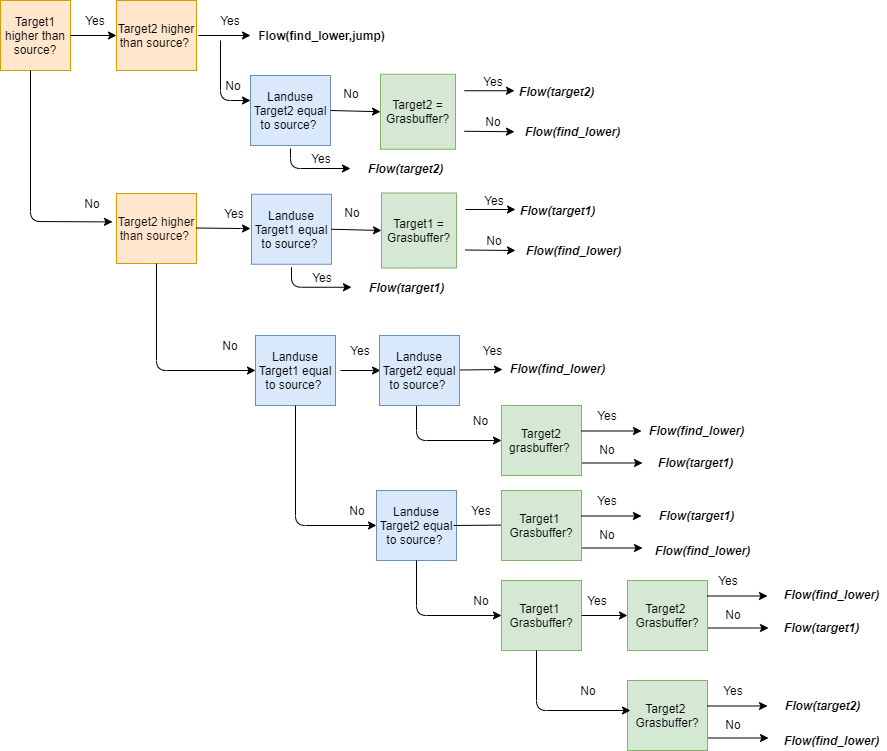
Before: docs/_static/png/sketch_flow_algorithm.png, a diagram exported from draw.io (watem-sedem/watem-sedem). Source tidied: cells renumbered, new cells last; positions are measured from the earlier drawing's top-left corner, leaving out a move shared by most shapes.
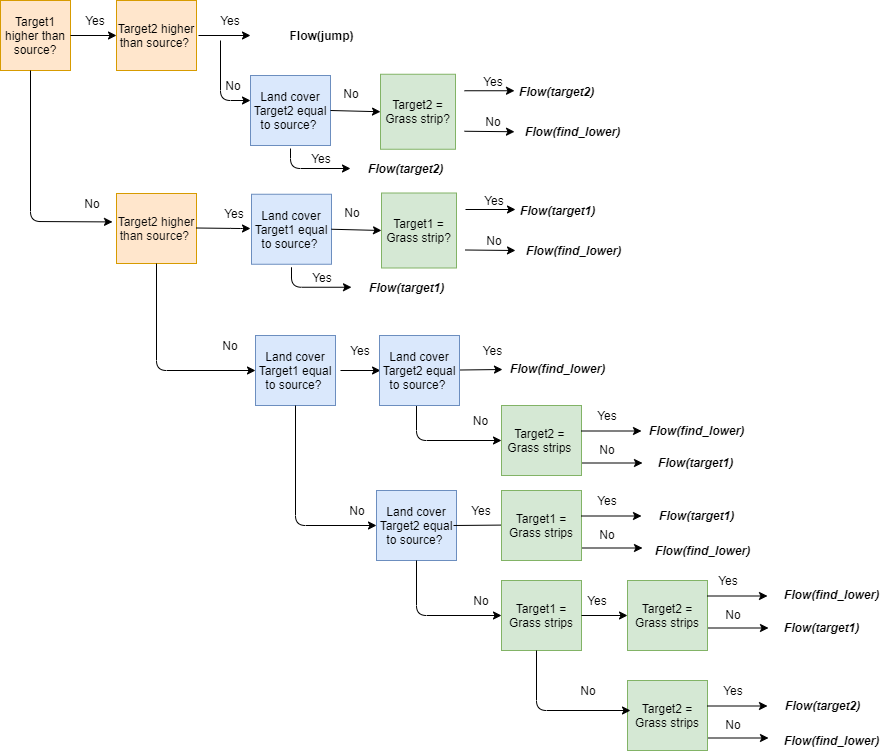
The same file after the commit.

Commit message:
updated fig routing

Change to the diagram source:
```diff
@@ -32,8 +32,8 @@
         </Array>
       </mxGeometry>
     </mxCell>
-    <mxCell id="9" value="Flow(find_lower,jump)" style="text;html=1;align=center;verticalAlign=middle;fontStyle=1;" parent="1" vertex="1">
-      <mxGeometry x="251" y="25" width="140" height="20" as="geometry" />
+    <mxCell id="9" value="Flow(jump)" style="text;html=1;align=center;verticalAlign=middle;fontStyle=1;" parent="1" vertex="1">
+      <mxGeometry x="281" y="25" width="80" height="20" as="geometry" />
     </mxCell>
     <mxCell id="10" value="&lt;span style=&quot;font-family: &amp;#34;helvetica&amp;#34; ; font-size: 12px ; font-style: normal ; font-weight: 400 ; letter-spacing: normal ; text-indent: 0px ; text-transform: none ; word-spacing: 0px ; display: inline ; float: none&quot;&gt;&lt;font color=&quot;#0a0a0a&quot;&gt;Target2 higher than source?&amp;nbsp;&lt;/font&gt;&lt;/span&gt;" style="rounded=0;whiteSpace=wrap;html=1;align=center;fillColor=#ffe6cc;strokeColor=#d79b00;" parent="1" vertex="1">
       <mxGeometry x="116" y="193" width="80" height="70" as="geometry" />
@@ -98,7 +98,7 @@
     <mxCell id="23" value="No" style="text;html=1;strokeColor=none;fillColor=none;align=center;verticalAlign=middle;whiteSpace=wrap;rounded=0;" parent="1" vertex="1">
       <mxGeometry x="210" y="335" width="40" height="20" as="geometry" />
     </mxCell>
-    <mxCell id="24" value="&lt;span style=&quot;color: rgb(0 , 0 , 0) ; font-family: &amp;#34;helvetica&amp;#34; ; font-size: 12px ; font-style: normal ; font-weight: 400 ; letter-spacing: normal ; text-indent: 0px ; text-transform: none ; word-spacing: 0px ; display: inline ; float: none&quot;&gt;Landuse Target1 equal to source?&amp;nbsp;&lt;/span&gt;" style="rounded=0;whiteSpace=wrap;html=1;align=center;fillColor=#dae8fc;strokeColor=#6c8ebf;" parent="1" vertex="1">
+    <mxCell id="24" value="&lt;span style=&quot;color: rgb(0 , 0 , 0) ; font-family: &amp;#34;helvetica&amp;#34; ; font-size: 12px ; font-style: normal ; font-weight: 400 ; letter-spacing: normal ; text-indent: 0px ; text-transform: none ; word-spacing: 0px ; display: inline ; float: none&quot;&gt;Land cover Target1 equal to source?&amp;nbsp;&lt;/span&gt;" style="rounded=0;whiteSpace=wrap;html=1;align=center;fillColor=#dae8fc;strokeColor=#6c8ebf;" parent="1" vertex="1">
       <mxGeometry x="255" y="335" width="80" height="70" as="geometry" />
     </mxCell>
     <mxCell id="25" style="endArrow=classic;html=1;align=left;entryX=0;entryY=0.5;entryDx=0;entryDy=0;exitX=0.5;exitY=1;exitDx=0;exitDy=0;" parent="1" edge="1" target="58">
@@ -112,7 +112,7 @@
     <mxCell id="26" value="No" style="text;html=1;strokeColor=none;fillColor=none;align=center;verticalAlign=middle;whiteSpace=wrap;rounded=0;" parent="1" vertex="1">
       <mxGeometry x="337" y="500" width="40" height="20" as="geometry" />
     </mxCell>
-    <mxCell id="27" value="&lt;span style=&quot;color: rgb(0 , 0 , 0) ; font-family: &amp;#34;helvetica&amp;#34; ; font-size: 12px ; font-style: normal ; font-weight: 400 ; letter-spacing: normal ; text-indent: 0px ; text-transform: none ; word-spacing: 0px ; display: inline ; float: none&quot;&gt;Landuse Target2 equal to source?&amp;nbsp;&lt;/span&gt;" style="rounded=0;whiteSpace=wrap;html=1;align=center;fillColor=#dae8fc;strokeColor=#6c8ebf;" parent="1" vertex="1">
+    <mxCell id="27" value="&lt;span style=&quot;color: rgb(0 , 0 , 0) ; font-family: &amp;#34;helvetica&amp;#34; ; font-size: 12px ; font-style: normal ; font-weight: 400 ; letter-spacing: normal ; text-indent: 0px ; text-transform: none ; word-spacing: 0px ; display: inline ; float: none&quot;&gt;Land cover Target2 equal to source?&amp;nbsp;&lt;/span&gt;" style="rounded=0;whiteSpace=wrap;html=1;align=center;fillColor=#dae8fc;strokeColor=#6c8ebf;" parent="1" vertex="1">
       <mxGeometry x="376" y="490" width="80" height="70" as="geometry" />
     </mxCell>
     <mxCell id="28" style="endArrow=classic;html=1;align=left;entryX=0.013;entryY=0.5;entryDx=0;entryDy=0;entryPerimeter=0;" parent="1" edge="1" target="29">
@@ -120,7 +120,7 @@
         <mxPoint x="340" y="370" as="sourcePoint" />
       </mxGeometry>
     </mxCell>
-    <mxCell id="29" value="&lt;span style=&quot;color: rgb(0 , 0 , 0) ; font-family: &amp;#34;helvetica&amp;#34; ; font-size: 12px ; font-style: normal ; font-weight: 400 ; letter-spacing: normal ; text-indent: 0px ; text-transform: none ; word-spacing: 0px ; display: inline ; float: none&quot;&gt;Landuse Target2 equal to source?&amp;nbsp;&lt;/span&gt;" style="rounded=0;whiteSpace=wrap;html=1;align=center;fillColor=#dae8fc;strokeColor=#6c8ebf;" parent="1" vertex="1">
+    <mxCell id="29" value="&lt;span style=&quot;color: rgb(0 , 0 , 0) ; font-family: &amp;#34;helvetica&amp;#34; ; font-size: 12px ; font-style: normal ; font-weight: 400 ; letter-spacing: normal ; text-indent: 0px ; text-transform: none ; word-spacing: 0px ; display: inline ; float: none&quot;&gt;Land cover Target2 equal to source?&amp;nbsp;&lt;/span&gt;" style="rounded=0;whiteSpace=wrap;html=1;align=center;fillColor=#dae8fc;strokeColor=#6c8ebf;" parent="1" vertex="1">
       <mxGeometry x="379" y="335" width="80" height="70" as="geometry" />
     </mxCell>
     <mxCell id="30" style="endArrow=classic;html=1;align=left;entryX=-0.01;entryY=0.45;entryDx=0;entryDy=0;entryPerimeter=0;" parent="1" edge="1">
@@ -135,10 +135,10 @@
     <mxCell id="32" value="Yes" style="text;html=1;strokeColor=none;fillColor=none;align=center;verticalAlign=middle;whiteSpace=wrap;rounded=0;" parent="1" vertex="1">
       <mxGeometry x="471" y="340" width="43" height="20" as="geometry" />
     </mxCell>
-    <mxCell id="33" value="&lt;span style=&quot;color: rgb(0 , 0 , 0) ; font-family: &amp;#34;helvetica&amp;#34; ; font-size: 12px ; font-style: normal ; font-weight: 400 ; letter-spacing: normal ; text-indent: 0px ; text-transform: none ; word-spacing: 0px ; display: inline ; float: none&quot;&gt;Target1&amp;nbsp; Grasbuffer?&lt;/span&gt;" style="rounded=0;whiteSpace=wrap;html=1;align=center;fillColor=#d5e8d4;strokeColor=#82b366;" parent="1" vertex="1">
+    <mxCell id="33" value="&lt;span style=&quot;color: rgb(0 , 0 , 0) ; font-family: &amp;#34;helvetica&amp;#34; ; font-size: 12px ; font-style: normal ; font-weight: 400 ; letter-spacing: normal ; text-indent: 0px ; text-transform: none ; word-spacing: 0px ; display: inline ; float: none&quot;&gt;Target1 = Grass strips&lt;/span&gt;" style="rounded=0;whiteSpace=wrap;html=1;align=center;fillColor=#d5e8d4;strokeColor=#82b366;" parent="1" vertex="1">
       <mxGeometry x="501" y="580" width="80" height="70" as="geometry" />
     </mxCell>
-    <mxCell id="34" value="&lt;span style=&quot;color: rgb(0 , 0 , 0) ; font-family: &amp;#34;helvetica&amp;#34; ; font-size: 12px ; font-style: normal ; font-weight: 400 ; letter-spacing: normal ; text-indent: 0px ; text-transform: none ; word-spacing: 0px ; display: inline ; float: none&quot;&gt;Target2&amp;nbsp; Grasbuffer?&lt;/span&gt;" style="rounded=0;whiteSpace=wrap;html=1;align=center;fillColor=#d5e8d4;strokeColor=#82b366;" parent="1" vertex="1">
+    <mxCell id="34" value="&lt;span style=&quot;color: rgb(0 , 0 , 0) ; font-family: &amp;#34;helvetica&amp;#34; ; font-size: 12px ; font-style: normal ; font-weight: 400 ; letter-spacing: normal ; text-indent: 0px ; text-transform: none ; word-spacing: 0px ; display: inline ; float: none&quot;&gt;Target2 = Grass strips&lt;/span&gt;" style="rounded=0;whiteSpace=wrap;html=1;align=center;fillColor=#d5e8d4;strokeColor=#82b366;" parent="1" vertex="1">
       <mxGeometry x="627" y="580" width="80" height="70" as="geometry" />
     </mxCell>
     <mxCell id="35" style="endArrow=classic;html=1;align=left;" parent="1" edge="1">
@@ -177,7 +177,7 @@
     <mxCell id="43" value="No" style="text;html=1;strokeColor=none;fillColor=none;align=center;verticalAlign=middle;whiteSpace=wrap;rounded=0;" parent="1" vertex="1">
       <mxGeometry x="713" y="604" width="40" height="20" as="geometry" />
     </mxCell>
-    <mxCell id="44" value="&lt;span style=&quot;color: rgb(0 , 0 , 0) ; font-family: &amp;#34;helvetica&amp;#34; ; font-size: 12px ; font-style: normal ; font-weight: 400 ; letter-spacing: normal ; text-indent: 0px ; text-transform: none ; word-spacing: 0px ; display: inline ; float: none&quot;&gt;Target2&amp;nbsp; Grasbuffer?&lt;/span&gt;" style="rounded=0;whiteSpace=wrap;html=1;align=center;fillColor=#d5e8d4;strokeColor=#82b366;" parent="1" vertex="1">
+    <mxCell id="44" value="&lt;span style=&quot;color: rgb(0 , 0 , 0) ; font-family: &amp;#34;helvetica&amp;#34; ; font-size: 12px ; font-style: normal ; font-weight: 400 ; letter-spacing: normal ; text-indent: 0px ; text-transform: none ; word-spacing: 0px ; display: inline ; float: none&quot;&gt;Target2 = Grass strips&lt;/span&gt;" style="rounded=0;whiteSpace=wrap;html=1;align=center;fillColor=#d5e8d4;strokeColor=#82b366;" parent="1" vertex="1">
       <mxGeometry x="627" y="680" width="80" height="70" as="geometry" />
     </mxCell>
     <mxCell id="45" style="endArrow=classic;html=1;align=left;" parent="1" edge="1">
@@ -210,7 +210,7 @@
     <mxCell id="50" value="No" style="text;html=1;strokeColor=none;fillColor=none;align=center;verticalAlign=middle;whiteSpace=wrap;rounded=0;" parent="1" vertex="1">
       <mxGeometry x="713" y="714" width="40" height="20" as="geometry" />
     </mxCell>
-    <mxCell id="51" value="&lt;span style=&quot;color: rgb(0 , 0 , 0) ; font-family: &amp;#34;helvetica&amp;#34; ; font-size: 12px ; font-style: normal ; font-weight: 400 ; letter-spacing: normal ; text-indent: 0px ; text-transform: none ; word-spacing: 0px ; display: inline ; float: none&quot;&gt;Target1&amp;nbsp; Grasbuffer?&lt;/span&gt;" style="rounded=0;whiteSpace=wrap;html=1;align=center;fillColor=#d5e8d4;strokeColor=#82b366;" parent="1" vertex="1">
+    <mxCell id="51" value="&lt;span style=&quot;color: rgb(0 , 0 , 0) ; font-family: &amp;#34;helvetica&amp;#34; ; font-size: 12px ; font-style: normal ; font-weight: 400 ; letter-spacing: normal ; text-indent: 0px ; text-transform: none ; word-spacing: 0px ; display: inline ; float: none&quot;&gt;Target1 = Grass strips&lt;/span&gt;" style="rounded=0;whiteSpace=wrap;html=1;align=center;fillColor=#d5e8d4;strokeColor=#82b366;" parent="1" vertex="1">
       <mxGeometry x="501" y="490" width="80" height="70" as="geometry" />
     </mxCell>
     <mxCell id="52" style="endArrow=classic;html=1;align=left;exitX=0.5;exitY=1;exitDx=0;exitDy=0;entryX=0;entryY=0.5;entryDx=0;entryDy=0;" parent="1" edge="1" source="27" target="33">
@@ -241,7 +241,7 @@
     <mxCell id="57" value="No" style="text;html=1;strokeColor=none;fillColor=none;align=center;verticalAlign=middle;whiteSpace=wrap;rounded=0;" parent="1" vertex="1">
       <mxGeometry x="587" y="524" width="40" height="20" as="geometry" />
     </mxCell>
-    <mxCell id="58" value="&lt;span style=&quot;color: rgb(0 , 0 , 0) ; font-family: &amp;#34;helvetica&amp;#34; ; font-size: 12px ; font-style: normal ; font-weight: 400 ; letter-spacing: normal ; text-indent: 0px ; text-transform: none ; word-spacing: 0px ; display: inline ; float: none&quot;&gt;Target2 grasbuffer?&amp;nbsp;&lt;/span&gt;" style="rounded=0;whiteSpace=wrap;html=1;align=center;fillColor=#d5e8d4;strokeColor=#82b366;" parent="1" vertex="1">
+    <mxCell id="58" value="&lt;span style=&quot;color: rgb(0 , 0 , 0) ; font-family: &amp;#34;helvetica&amp;#34; ; font-size: 12px ; font-style: normal ; font-weight: 400 ; letter-spacing: normal ; text-indent: 0px ; text-transform: none ; word-spacing: 0px ; display: inline ; float: none&quot;&gt;Target2 =&amp;nbsp; &lt;span style=&quot;font-family: &amp;#34;helvetica&amp;#34;&quot;&gt;Grass strips&lt;/span&gt;&amp;nbsp;&lt;/span&gt;" style="rounded=0;whiteSpace=wrap;html=1;align=center;fillColor=#d5e8d4;strokeColor=#82b366;" parent="1" vertex="1">
       <mxGeometry x="501" y="405" width="80" height="70" as="geometry" />
     </mxCell>
     <mxCell id="59" style="endArrow=classic;html=1;align=left;entryX=0;entryY=0.5;entryDx=0;entryDy=0;" parent="1" edge="1">
@@ -284,10 +284,10 @@
     <mxCell id="68" value="No" style="text;html=1;strokeColor=none;fillColor=none;align=center;verticalAlign=middle;whiteSpace=wrap;rounded=0;" parent="1" vertex="1">
       <mxGeometry x="568" y="680" width="40" height="20" as="geometry" />
     </mxCell>
-    <mxCell id="69" value="Target2 = Grasbuffer?" style="whiteSpace=wrap;html=1;fillColor=#d5e8d4;strokeColor=#82b366;" parent="1" vertex="1">
+    <mxCell id="69" value="Target2 = Grass strip?" style="whiteSpace=wrap;html=1;fillColor=#d5e8d4;strokeColor=#82b366;" parent="1" vertex="1">
       <mxGeometry x="380" y="73.8" width="75" height="75" as="geometry" />
     </mxCell>
-    <mxCell id="70" value="&lt;span style=&quot;color: rgb(0 , 0 , 0) ; font-family: &amp;#34;helvetica&amp;#34; ; font-size: 12px ; font-style: normal ; font-weight: 400 ; letter-spacing: normal ; text-indent: 0px ; text-transform: none ; word-spacing: 0px ; display: inline ; float: none&quot;&gt;Landuse Target2 equal to source?&amp;nbsp;&lt;/span&gt;" style="rounded=0;whiteSpace=wrap;html=1;align=center;fillColor=#dae8fc;strokeColor=#6c8ebf;" parent="1" vertex="1">
+    <mxCell id="70" value="&lt;span style=&quot;color: rgb(0 , 0 , 0) ; font-family: &amp;#34;helvetica&amp;#34; ; font-size: 12px ; font-style: normal ; font-weight: 400 ; letter-spacing: normal ; text-indent: 0px ; text-transform: none ; word-spacing: 0px ; display: inline ; float: none&quot;&gt;Land cover Target2 equal to source?&amp;nbsp;&lt;/span&gt;" style="rounded=0;whiteSpace=wrap;html=1;align=center;fillColor=#dae8fc;strokeColor=#6c8ebf;" parent="1" vertex="1">
       <mxGeometry x="250" y="75" width="80" height="70" as="geometry" />
     </mxCell>
     <mxCell id="71" style="endArrow=classic;html=1;align=left;verticalAlign=top;entryX=0;entryY=0.5;entryDx=0;entryDy=0;exitX=1;exitY=0.5;exitDx=0;exitDy=0;" parent="1" edge="1" source="70" target="69">
@@ -347,10 +347,10 @@
         <mxPoint x="515" y="250" as="targetPoint" />
       </mxGeometry>
     </mxCell>
-    <mxCell id="86" value="Target1 = Grasbuffer?" style="whiteSpace=wrap;html=1;fillColor=#d5e8d4;strokeColor=#82b366;" parent="1" vertex="1">
+    <mxCell id="86" value="Target1 = Grass strip?" style="whiteSpace=wrap;html=1;fillColor=#d5e8d4;strokeColor=#82b366;" parent="1" vertex="1">
       <mxGeometry x="381" y="192.5" width="75" height="75" as="geometry" />
     </mxCell>
-    <mxCell id="87" value="&lt;span style=&quot;color: rgb(0 , 0 , 0) ; font-family: &amp;#34;helvetica&amp;#34; ; font-size: 12px ; font-style: normal ; font-weight: 400 ; letter-spacing: normal ; text-indent: 0px ; text-transform: none ; word-spacing: 0px ; display: inline ; float: none&quot;&gt;Landuse Target1 equal to source?&amp;nbsp;&lt;/span&gt;" style="rounded=0;whiteSpace=wrap;html=1;align=center;fillColor=#dae8fc;strokeColor=#6c8ebf;" parent="1" vertex="1">
+    <mxCell id="87" value="&lt;span style=&quot;color: rgb(0 , 0 , 0) ; font-family: &amp;#34;helvetica&amp;#34; ; font-size: 12px ; font-style: normal ; font-weight: 400 ; letter-spacing: normal ; text-indent: 0px ; text-transform: none ; word-spacing: 0px ; display: inline ; float: none&quot;&gt;Land cover Target1 equal to source?&amp;nbsp;&lt;/span&gt;" style="rounded=0;whiteSpace=wrap;html=1;align=center;fillColor=#dae8fc;strokeColor=#6c8ebf;" parent="1" vertex="1">
       <mxGeometry x="251" y="193.8" width="80" height="70" as="geometry" />
     </mxCell>
     <mxCell id="88" style="endArrow=classic;html=1;align=left;verticalAlign=top;entryX=0;entryY=0.5;entryDx=0;entryDy=0;exitX=1;exitY=0.5;exitDx=0;exitDy=0;" parent="1" edge="1" source="87" target="86">
```
